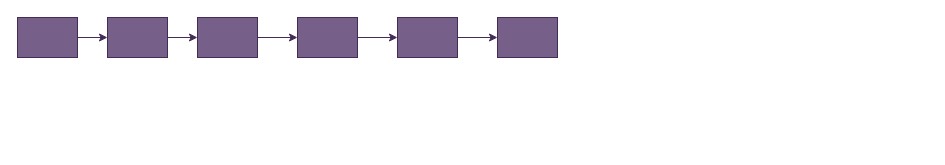
Before: Untitled Diagram.drawio in small-steps/images, a draw.io diagram. Source tidied: cells renumbered, new cells numbered last; positions are measured from the earlier drawing's top-left corner, leaving out a move shared by most shapes. Both pictures are drawn from the tidied source at 100%, with x=0, y=0 at pixel (17, 17).
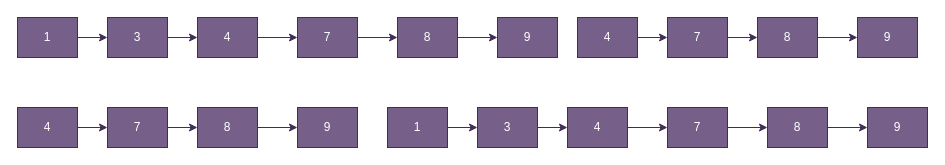
Above is the later version.

Diff of the diagram source:
```diff
@@
-    <mxCell id="3" style="rounded=0;whiteSpace=wrap;html=1;fillColor=#76608a;strokeColor=#432D57;fontColor=#ffffff;" parent="1" vertex="1">
+    <mxCell id="3" value="1" style="rounded=0;whiteSpace=wrap;html=1;fillColor=#76608a;strokeColor=#432D57;fontColor=#ffffff;" parent="1" vertex="1">
       <mxGeometry width="60" height="40" as="geometry" />
     </mxCell>
@@
-    <mxCell id="5" style="rounded=0;whiteSpace=wrap;html=1;fillColor=#76608a;strokeColor=#432D57;fontColor=#ffffff;" parent="1" vertex="1">
+    <mxCell id="5" value="3" style="rounded=0;whiteSpace=wrap;html=1;fillColor=#76608a;strokeColor=#432D57;fontColor=#ffffff;" parent="1" vertex="1">
       <mxGeometry x="90" width="60" height="40" as="geometry" />
     </mxCell>
-    <mxCell id="6" style="rounded=0;whiteSpace=wrap;html=1;fillColor=#76608a;strokeColor=#432D57;fontColor=#ffffff;" parent="1" vertex="1">
+    <mxCell id="6" value="9" style="rounded=0;whiteSpace=wrap;html=1;fillColor=#76608a;strokeColor=#432D57;fontColor=#ffffff;" parent="1" vertex="1">
       <mxGeometry x="480" width="60" height="40" as="geometry" />
     </mxCell>
@@
-    <mxCell id="8" style="rounded=0;whiteSpace=wrap;html=1;fillColor=#76608a;strokeColor=#432D57;fontColor=#ffffff;" parent="1" vertex="1">
+    <mxCell id="8" value="4" style="rounded=0;whiteSpace=wrap;html=1;fillColor=#76608a;strokeColor=#432D57;fontColor=#ffffff;" parent="1" vertex="1">
       <mxGeometry x="180" width="60" height="40" as="geometry" />
     </mxCell>
@@
-    <mxCell id="10" style="rounded=0;whiteSpace=wrap;html=1;fillColor=#76608a;strokeColor=#432D57;fontColor=#ffffff;" parent="1" vertex="1">
+    <mxCell id="10" value="7" style="rounded=0;whiteSpace=wrap;html=1;fillColor=#76608a;strokeColor=#432D57;fontColor=#ffffff;" parent="1" vertex="1">
       <mxGeometry x="280" width="60" height="40" as="geometry" />
     </mxCell>
@@
-    <mxCell id="12" style="rounded=0;whiteSpace=wrap;html=1;fillColor=#76608a;strokeColor=#432D57;fontColor=#ffffff;" parent="1" vertex="1">
+    <mxCell id="12" value="8" style="rounded=0;whiteSpace=wrap;html=1;fillColor=#76608a;strokeColor=#432D57;fontColor=#ffffff;" parent="1" vertex="1">
       <mxGeometry x="380" width="60" height="40" as="geometry" />
     </mxCell>
+    <mxCell id="13" style="edgeStyle=orthogonalEdgeStyle;rounded=0;jettySize=auto;html=1;entryX=0;entryY=0.5;entryDx=0;entryDy=0;fillColor=#76608a;strokeColor=#432D57;" parent="1" edge="1" source="14" target="16">
+      <mxGeometry relative="1" as="geometry" />
+    </mxCell>
+    <mxCell id="14" value="4" style="rounded=0;whiteSpace=wrap;html=1;fillColor=#76608a;strokeColor=#432D57;fontColor=#ffffff;" parent="1" vertex="1">
+      <mxGeometry y="90" width="60" height="40" as="geometry" />
+    </mxCell>
+    <mxCell id="15" style="edgeStyle=orthogonalEdgeStyle;rounded=0;jettySize=auto;html=1;entryX=0;entryY=0.5;entryDx=0;entryDy=0;fillColor=#76608a;strokeColor=#432D57;" parent="1" edge="1" source="16" target="18">
+      <mxGeometry relative="1" as="geometry" />
+    </mxCell>
+    <mxCell id="16" value="7" style="rounded=0;whiteSpace=wrap;html=1;fillColor=#76608a;strokeColor=#432D57;fontColor=#ffffff;" parent="1" vertex="1">
+      <mxGeometry x="90" y="90" width="60" height="40" as="geometry" />
+    </mxCell>
+    <mxCell id="17" style="edgeStyle=orthogonalEdgeStyle;rounded=0;jettySize=auto;html=1;entryX=0;entryY=0.5;entryDx=0;entryDy=0;fillColor=#76608a;strokeColor=#432D57;" parent="1" edge="1" source="18" target="19">
+      <mxGeometry relative="1" as="geometry" />
+    </mxCell>
+    <mxCell id="18" value="8" style="rounded=0;whiteSpace=wrap;html=1;fillColor=#76608a;strokeColor=#432D57;fontColor=#ffffff;" parent="1" vertex="1">
+      <mxGeometry x="180" y="90" width="60" height="40" as="geometry" />
+    </mxCell>
+    <mxCell id="19" value="9" style="rounded=0;whiteSpace=wrap;html=1;fillColor=#76608a;strokeColor=#432D57;fontColor=#ffffff;" parent="1" vertex="1">
+      <mxGeometry x="280" y="90" width="60" height="40" as="geometry" />
+    </mxCell>
+    <mxCell id="20" style="edgeStyle=orthogonalEdgeStyle;rounded=0;jettySize=auto;html=1;entryX=0;entryY=0.5;entryDx=0;entryDy=0;fillColor=#76608a;strokeColor=#432D57;" parent="1" edge="1" source="21" target="23">
+      <mxGeometry relative="1" as="geometry" />
+    </mxCell>
+    <mxCell id="21" value="1" style="rounded=0;whiteSpace=wrap;html=1;fillColor=#76608a;strokeColor=#432D57;fontColor=#ffffff;" parent="1" vertex="1">
+      <mxGeometry x="370" y="90" width="60" height="40" as="geometry" />
+    </mxCell>
+    <mxCell id="22" style="edgeStyle=orthogonalEdgeStyle;rounded=0;jettySize=auto;html=1;entryX=0;entryY=0.5;entryDx=0;entryDy=0;fillColor=#76608a;strokeColor=#432D57;" parent="1" edge="1" source="23" target="26">
+      <mxGeometry relative="1" as="geometry" />
+    </mxCell>
+    <mxCell id="23" value="3" style="rounded=0;whiteSpace=wrap;html=1;fillColor=#76608a;strokeColor=#432D57;fontColor=#ffffff;" parent="1" vertex="1">
+      <mxGeometry x="460" y="90" width="60" height="40" as="geometry" />
+    </mxCell>
+    <mxCell id="24" value="9" style="rounded=0;whiteSpace=wrap;html=1;fillColor=#76608a;strokeColor=#432D57;fontColor=#ffffff;" parent="1" vertex="1">
+      <mxGeometry x="850" y="90" width="60" height="40" as="geometry" />
+    </mxCell>
+    <mxCell id="25" style="edgeStyle=orthogonalEdgeStyle;rounded=0;jettySize=auto;html=1;entryX=0;entryY=0.5;entryDx=0;entryDy=0;fillColor=#76608a;strokeColor=#432D57;" parent="1" edge="1" source="26" target="28">
+      <mxGeometry relative="1" as="geometry" />
+    </mxCell>
+    <mxCell id="26" value="4" style="rounded=0;whiteSpace=wrap;html=1;fillColor=#76608a;strokeColor=#432D57;fontColor=#ffffff;" parent="1" vertex="1">
+      <mxGeometry x="550" y="90" width="60" height="40" as="geometry" />
+    </mxCell>
+    <mxCell id="27" style="edgeStyle=orthogonalEdgeStyle;rounded=0;jettySize=auto;html=1;exitX=1;exitY=0.5;exitDx=0;exitDy=0;entryX=0;entryY=0.5;entryDx=0;entryDy=0;fillColor=#76608a;strokeColor=#432D57;" parent="1" edge="1" source="28" target="30">
+      <mxGeometry relative="1" as="geometry" />
+    </mxCell>
+    <mxCell id="28" value="7" style="rounded=0;whiteSpace=wrap;html=1;fillColor=#76608a;strokeColor=#432D57;fontColor=#ffffff;" parent="1" vertex="1">
+      <mxGeometry x="650" y="90" width="60" height="40" as="geometry" />
+    </mxCell>
+    <mxCell id="29" style="edgeStyle=orthogonalEdgeStyle;rounded=0;jettySize=auto;html=1;exitX=1;exitY=0.5;exitDx=0;exitDy=0;entryX=0;entryY=0.5;entryDx=0;entryDy=0;fillColor=#76608a;strokeColor=#432D57;" parent="1" edge="1" source="30" target="24">
+      <mxGeometry relative="1" as="geometry" />
+    </mxCell>
+    <mxCell id="30" value="8" style="rounded=0;whiteSpace=wrap;html=1;fillColor=#76608a;strokeColor=#432D57;fontColor=#ffffff;" parent="1" vertex="1">
+      <mxGeometry x="750" y="90" width="60" height="40" as="geometry" />
+    </mxCell>
+    <mxCell id="31" style="edgeStyle=orthogonalEdgeStyle;rounded=0;jettySize=auto;html=1;entryX=0;entryY=0.5;entryDx=0;entryDy=0;fillColor=#76608a;strokeColor=#432D57;" parent="1" edge="1" source="32" target="34">
+      <mxGeometry relative="1" as="geometry" />
+    </mxCell>
+    <mxCell id="32" value="4" style="rounded=0;whiteSpace=wrap;html=1;fillColor=#76608a;strokeColor=#432D57;fontColor=#ffffff;" parent="1" vertex="1">
+      <mxGeometry x="560" width="60" height="40" as="geometry" />
+    </mxCell>
+    <mxCell id="33" style="edgeStyle=orthogonalEdgeStyle;rounded=0;jettySize=auto;html=1;entryX=0;entryY=0.5;entryDx=0;entryDy=0;fillColor=#76608a;strokeColor=#432D57;" parent="1" edge="1" source="34" target="36">
+      <mxGeometry relative="1" as="geometry" />
+    </mxCell>
+    <mxCell id="34" value="7" style="rounded=0;whiteSpace=wrap;html=1;fillColor=#76608a;strokeColor=#432D57;fontColor=#ffffff;" parent="1" vertex="1">
+      <mxGeometry x="650" width="60" height="40" as="geometry" />
+    </mxCell>
+    <mxCell id="35" style="edgeStyle=orthogonalEdgeStyle;rounded=0;jettySize=auto;html=1;entryX=0;entryY=0.5;entryDx=0;entryDy=0;fillColor=#76608a;strokeColor=#432D57;" parent="1" edge="1" source="36" target="37">
+      <mxGeometry relative="1" as="geometry" />
+    </mxCell>
+    <mxCell id="36" value="8" style="rounded=0;whiteSpace=wrap;html=1;fillColor=#76608a;strokeColor=#432D57;fontColor=#ffffff;" parent="1" vertex="1">
+      <mxGeometry x="740" width="60" height="40" as="geometry" />
+    </mxCell>
+    <mxCell id="37" value="9" style="rounded=0;whiteSpace=wrap;html=1;fillColor=#76608a;strokeColor=#432D57;fontColor=#ffffff;" parent="1" vertex="1">
+      <mxGeometry x="840" width="60" height="40" as="geometry" />
+    </mxCell>
```
